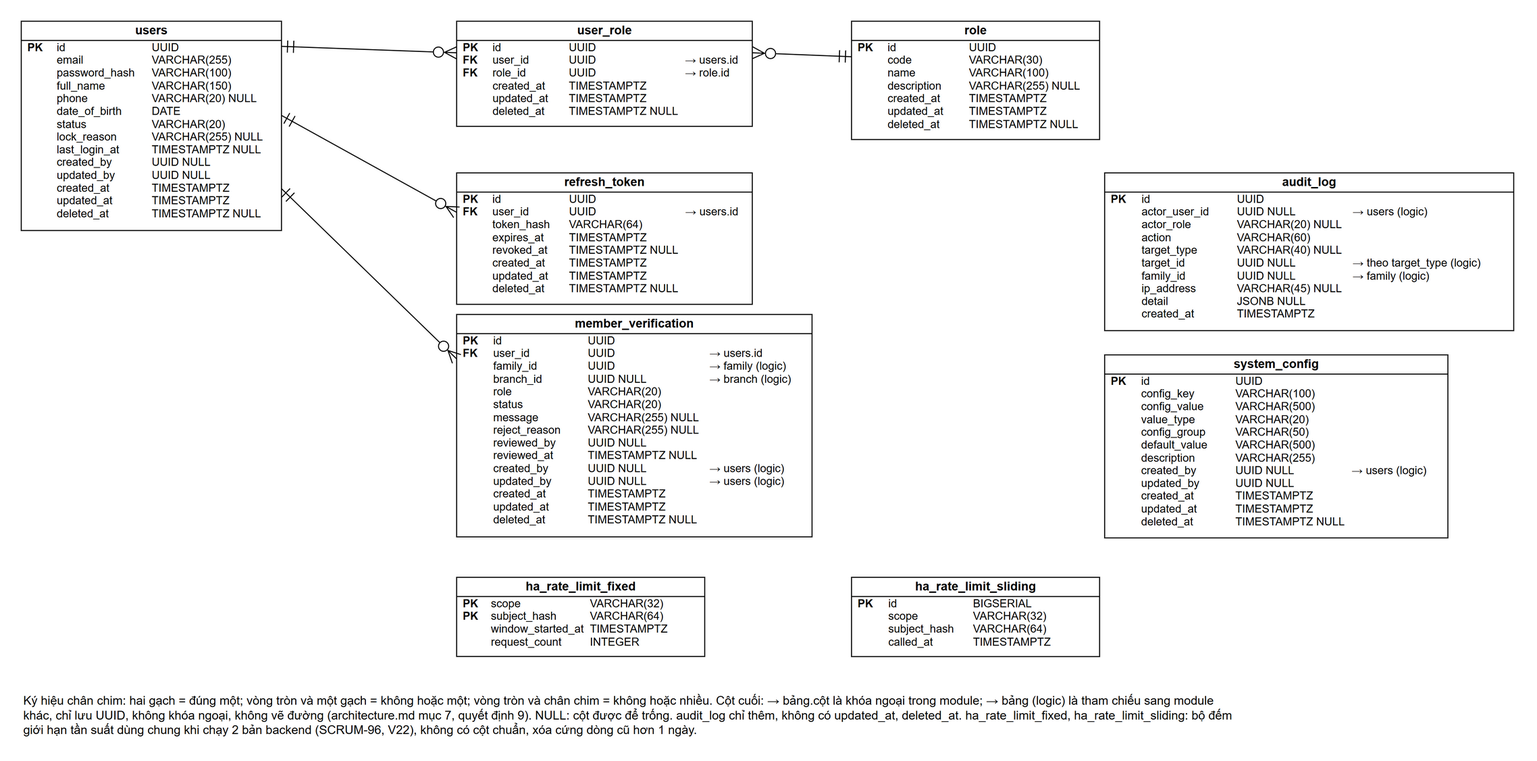
The draw.io diagram docs/images/erd-auth.drawio.png in ngthanhtuann/ai-powered-digital-family-community-platform, before a commit. Source tidied: cells renumbered, new cells last; positions are measured from the earlier drawing's top-left corner, leaving out a move shared by most shapes.
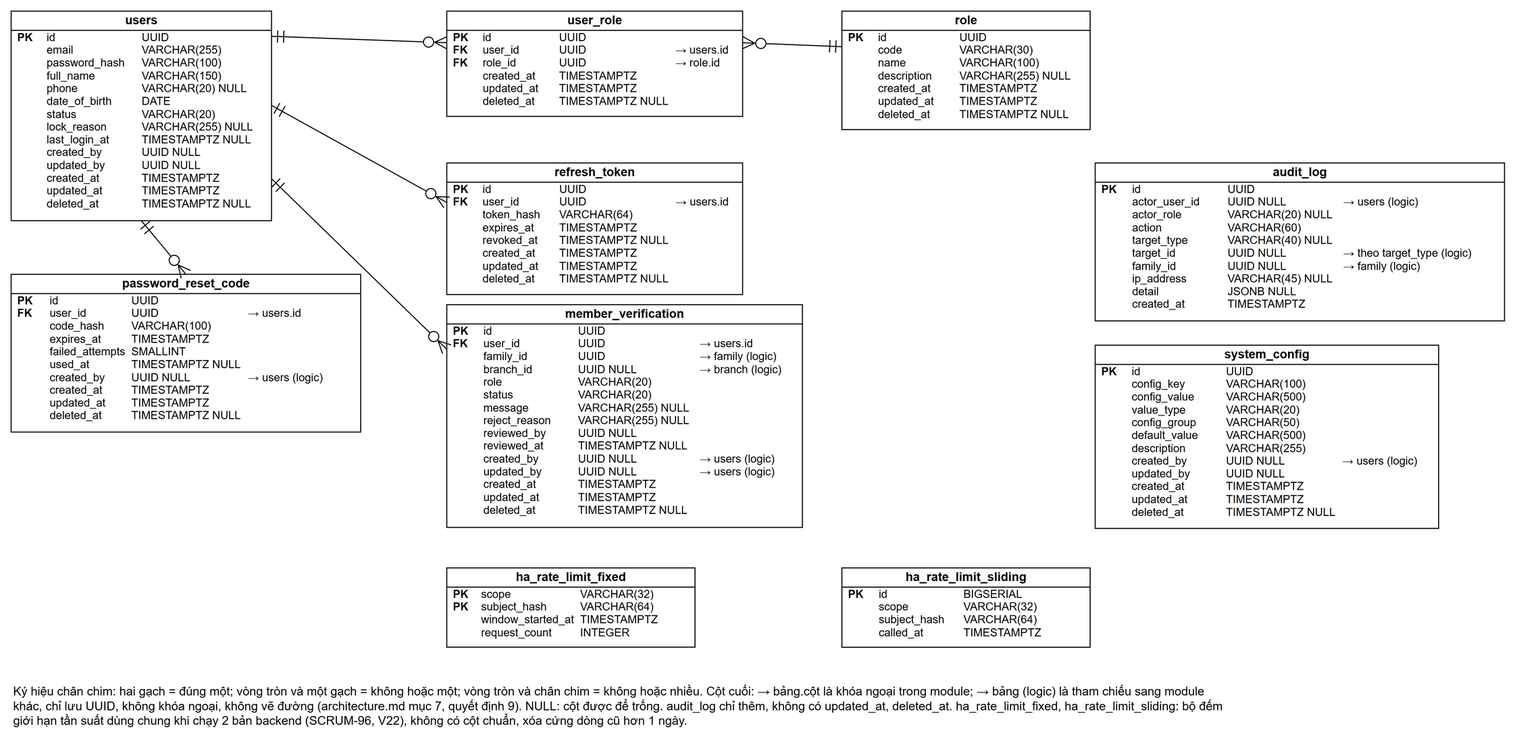
Later version of the same file.

Diff of the diagram source:
```diff
@@ -44,5 +44,11 @@
     <mxCell id="15" value="&lt;div style=&quot;text-align:center;font-weight:bold;padding:2px;border-bottom:1px solid #000&quot;&gt;ha_rate_limit_sliding&lt;/div&gt;&lt;table style=&quot;border-collapse:collapse;font-size:11px;line-height:1.15&quot;&gt;&lt;tr&gt;&lt;td style=&quot;padding:0 0 0 6px;width:26px;white-space:nowrap;font-weight:bold&quot;&gt;PK&lt;/td&gt;&lt;td style=&quot;padding:0 0 0 6px;width:80px;white-space:nowrap;&quot;&gt;id&lt;/td&gt;&lt;td style=&quot;padding:0 0 0 6px;width:115px;white-space:nowrap;&quot;&gt;BIGSERIAL&lt;/td&gt;&lt;td style=&quot;padding:0 0 0 6px;width:12px;white-space:nowrap;&quot;&gt;&lt;/td&gt;&lt;/tr&gt;&lt;tr&gt;&lt;td style=&quot;padding:0 0 0 6px;width:26px;white-space:nowrap;font-weight:bold&quot;&gt;&lt;/td&gt;&lt;td style=&quot;padding:0 0 0 6px;width:80px;white-space:nowrap;&quot;&gt;scope&lt;/td&gt;&lt;td style=&quot;padding:0 0 0 6px;width:115px;white-space:nowrap;&quot;&gt;VARCHAR(32)&lt;/td&gt;&lt;td style=&quot;padding:0 0 0 6px;width:12px;white-space:nowrap;&quot;&gt;&lt;/td&gt;&lt;/tr&gt;&lt;tr&gt;&lt;td style=&quot;padding:0 0 0 6px;width:26px;white-space:nowrap;font-weight:bold&quot;&gt;&lt;/td&gt;&lt;td style=&quot;padding:0 0 0 6px;width:80px;white-space:nowrap;&quot;&gt;subject_hash&lt;/td&gt;&lt;td style=&quot;padding:0 0 0 6px;width:115px;white-space:nowrap;&quot;&gt;VARCHAR(64)&lt;/td&gt;&lt;td style=&quot;padding:0 0 0 6px;width:12px;white-space:nowrap;&quot;&gt;&lt;/td&gt;&lt;/tr&gt;&lt;tr&gt;&lt;td style=&quot;padding:0 0 0 6px;width:26px;white-space:nowrap;font-weight:bold&quot;&gt;&lt;/td&gt;&lt;td style=&quot;padding:0 0 0 6px;width:80px;white-space:nowrap;&quot;&gt;called_at&lt;/td&gt;&lt;td style=&quot;padding:0 0 0 6px;width:115px;white-space:nowrap;&quot;&gt;TIMESTAMPTZ&lt;/td&gt;&lt;td style=&quot;padding:0 0 0 6px;width:12px;white-space:nowrap;&quot;&gt;&lt;/td&gt;&lt;/tr&gt;&lt;/table&gt;" style="verticalAlign=top;align=left;overflow=fill;html=1;whiteSpace=nowrap;fillColor=#FFFFFF;strokeColor=#000000;fontFamily=Arial;fontSize=12;fontColor=#000000;" parent="1" vertex="1">
       <mxGeometry x="820" y="550" width="245" height="78.4" as="geometry" />
     </mxCell>
+    <mxCell id="16" value="&lt;div style=&quot;text-align:center;font-weight:bold;padding:2px;border-bottom:1px solid #000&quot;&gt;password_reset_code&lt;/div&gt;&lt;table style=&quot;border-collapse:collapse;font-size:11px;line-height:1.15&quot;&gt;&lt;tr&gt;&lt;td style=&quot;padding:0 0 0 6px;width:26px;white-space:nowrap;font-weight:bold&quot;&gt;PK&lt;/td&gt;&lt;td style=&quot;padding:0 0 0 6px;width:74px;white-space:nowrap;&quot;&gt;id&lt;/td&gt;&lt;td style=&quot;padding:0 0 0 6px;width:109px;white-space:nowrap;&quot;&gt;UUID&lt;/td&gt;&lt;td style=&quot;padding:0 0 0 6px;width:71px;white-space:nowrap;&quot;&gt;&lt;/td&gt;&lt;/tr&gt;&lt;tr&gt;&lt;td style=&quot;padding:0 0 0 6px;width:26px;white-space:nowrap;font-weight:bold&quot;&gt;FK&lt;/td&gt;&lt;td style=&quot;padding:0 0 0 6px;width:74px;white-space:nowrap;&quot;&gt;user_id&lt;/td&gt;&lt;td style=&quot;padding:0 0 0 6px;width:109px;white-space:nowrap;&quot;&gt;UUID&lt;/td&gt;&lt;td style=&quot;padding:0 0 0 6px;width:71px;white-space:nowrap;&quot;&gt;→ users.id&lt;/td&gt;&lt;/tr&gt;&lt;tr&gt;&lt;td style=&quot;padding:0 0 0 6px;width:26px;white-space:nowrap;font-weight:bold&quot;&gt;&lt;/td&gt;&lt;td style=&quot;padding:0 0 0 6px;width:74px;white-space:nowrap;&quot;&gt;code_hash&lt;/td&gt;&lt;td style=&quot;padding:0 0 0 6px;width:109px;white-space:nowrap;&quot;&gt;VARCHAR(100)&lt;/td&gt;&lt;td style=&quot;padding:0 0 0 6px;width:71px;white-space:nowrap;&quot;&gt;&lt;/td&gt;&lt;/tr&gt;&lt;tr&gt;&lt;td style=&quot;padding:0 0 0 6px;width:26px;white-space:nowrap;font-weight:bold&quot;&gt;&lt;/td&gt;&lt;td style=&quot;padding:0 0 0 6px;width:74px;white-space:nowrap;&quot;&gt;expires_at&lt;/td&gt;&lt;td style=&quot;padding:0 0 0 6px;width:109px;white-space:nowrap;&quot;&gt;TIMESTAMPTZ&lt;/td&gt;&lt;td style=&quot;padding:0 0 0 6px;width:71px;white-space:nowrap;&quot;&gt;&lt;/td&gt;&lt;/tr&gt;&lt;tr&gt;&lt;td style=&quot;padding:0 0 0 6px;width:26px;white-space:nowrap;font-weight:bold&quot;&gt;&lt;/td&gt;&lt;td style=&quot;padding:0 0 0 6px;width:74px;white-space:nowrap;&quot;&gt;failed_attempts&lt;/td&gt;&lt;td style=&quot;padding:0 0 0 6px;width:109px;white-space:nowrap;&quot;&gt;SMALLINT&lt;/td&gt;&lt;td style=&quot;padding:0 0 0 6px;width:71px;white-space:nowrap;&quot;&gt;&lt;/td&gt;&lt;/tr&gt;&lt;tr&gt;&lt;td style=&quot;padding:0 0 0 6px;width:26px;white-space:nowrap;font-weight:bold&quot;&gt;&lt;/td&gt;&lt;td style=&quot;padding:0 0 0 6px;width:74px;white-space:nowrap;&quot;&gt;used_at&lt;/td&gt;&lt;td style=&quot;padding:0 0 0 6px;width:109px;white-space:nowrap;&quot;&gt;TIMESTAMPTZ NULL&lt;/td&gt;&lt;td style=&quot;padding:0 0 0 6px;width:71px;white-space:nowrap;&quot;&gt;&lt;/td&gt;&lt;/tr&gt;&lt;tr&gt;&lt;td style=&quot;padding:0 0 0 6px;width:26px;white-space:nowrap;font-weight:bold&quot;&gt;&lt;/td&gt;&lt;td style=&quot;padding:0 0 0 6px;width:74px;white-space:nowrap;&quot;&gt;created_by&lt;/td&gt;&lt;td style=&quot;padding:0 0 0 6px;width:109px;white-space:nowrap;&quot;&gt;UUID NULL&lt;/td&gt;&lt;td style=&quot;padding:0 0 0 6px;width:71px;white-space:nowrap;&quot;&gt;→ users (logic)&lt;/td&gt;&lt;/tr&gt;&lt;tr&gt;&lt;td style=&quot;padding:0 0 0 6px;width:26px;white-space:nowrap;font-weight:bold&quot;&gt;&lt;/td&gt;&lt;td style=&quot;padding:0 0 0 6px;width:74px;white-space:nowrap;&quot;&gt;created_at&lt;/td&gt;&lt;td style=&quot;padding:0 0 0 6px;width:109px;white-space:nowrap;&quot;&gt;TIMESTAMPTZ&lt;/td&gt;&lt;td style=&quot;padding:0 0 0 6px;width:71px;white-space:nowrap;&quot;&gt;&lt;/td&gt;&lt;/tr&gt;&lt;tr&gt;&lt;td style=&quot;padding:0 0 0 6px;width:26px;white-space:nowrap;font-weight:bold&quot;&gt;&lt;/td&gt;&lt;td style=&quot;padding:0 0 0 6px;width:74px;white-space:nowrap;&quot;&gt;updated_at&lt;/td&gt;&lt;td style=&quot;padding:0 0 0 6px;width:109px;white-space:nowrap;&quot;&gt;TIMESTAMPTZ&lt;/td&gt;&lt;td style=&quot;padding:0 0 0 6px;width:71px;white-space:nowrap;&quot;&gt;&lt;/td&gt;&lt;/tr&gt;&lt;tr&gt;&lt;td style=&quot;padding:0 0 0 6px;width:26px;white-space:nowrap;font-weight:bold&quot;&gt;&lt;/td&gt;&lt;td style=&quot;padding:0 0 0 6px;width:74px;white-space:nowrap;&quot;&gt;deleted_at&lt;/td&gt;&lt;td style=&quot;padding:0 0 0 6px;width:109px;white-space:nowrap;&quot;&gt;TIMESTAMPTZ NULL&lt;/td&gt;&lt;td style=&quot;padding:0 0 0 6px;width:71px;white-space:nowrap;&quot;&gt;&lt;/td&gt;&lt;/tr&gt;&lt;/table&gt;" style="verticalAlign=top;align=left;overflow=fill;html=1;whiteSpace=nowrap;fillColor=#FFFFFF;strokeColor=#000000;fontFamily=Arial;fontSize=12;fontColor=#000000;" parent="1" vertex="1">
+      <mxGeometry y="260" width="345" height="155.8" as="geometry" />
+    </mxCell>
+    <mxCell id="17" style="rounded=0;html=1;labelBackgroundColor=#FFFFFF;startArrow=ERzeroToMany;startFill=0;endArrow=ERmandOne;endFill=0;startSize=10;endSize=10;strokeColor=#000000;fontFamily=Arial;fontSize=12;fontColor=#000000;exitX=0.5;exitY=0;exitDx=0;exitDy=0;entryX=0.5;entryY=1;entryDx=0;entryDy=0;" parent="1" edge="1" source="16" target="2">
+      <mxGeometry relative="1" as="geometry" />
+    </mxCell>
   </root>
 </mxGraphModel>
```
